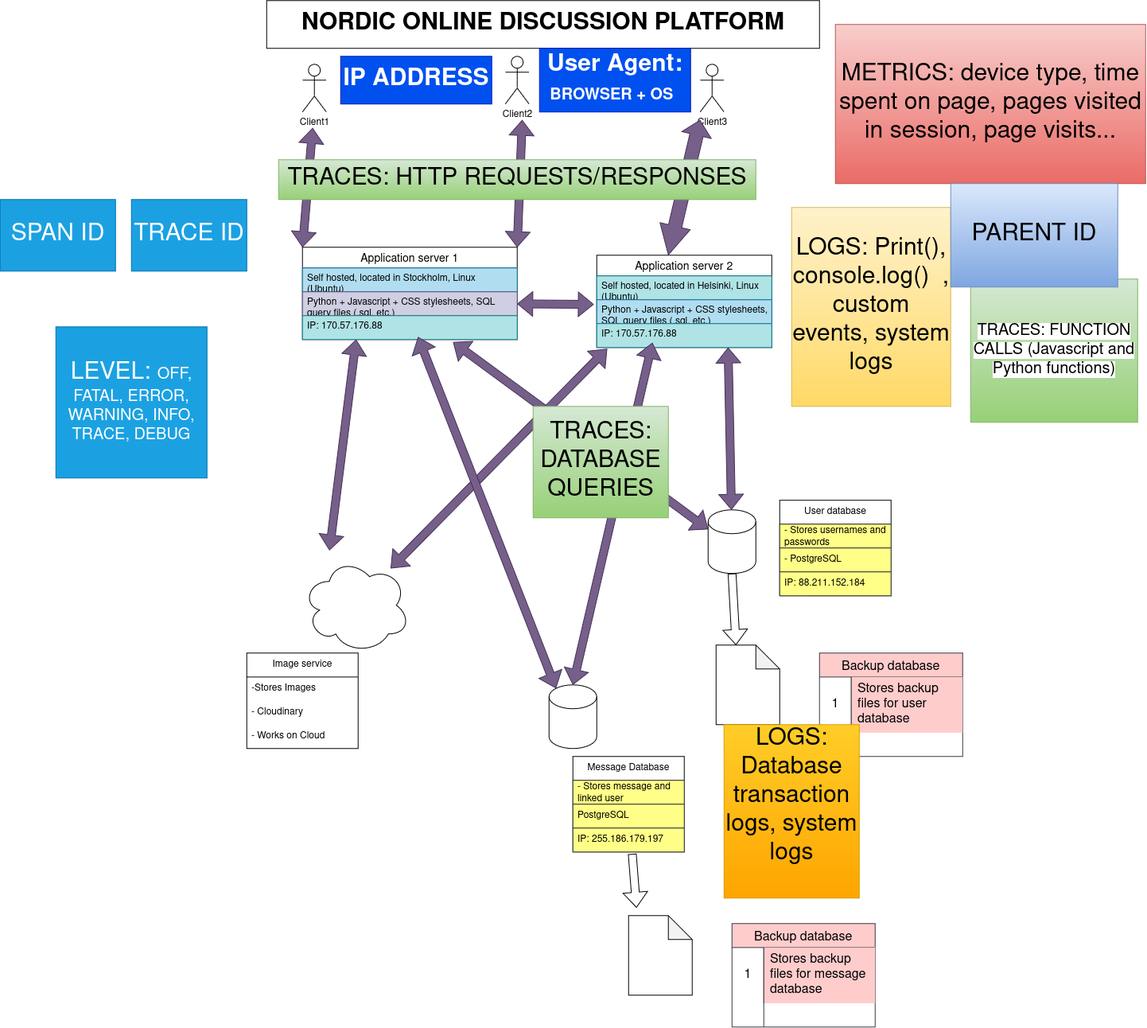
Earlier version of the draw.io export Imaginary_software.drawio.png (Fault-Furious/Documents). Source tidied: cells renumbered, new cells last; positions are measured from the earlier drawing's top-left corner, leaving out a move shared by most shapes.
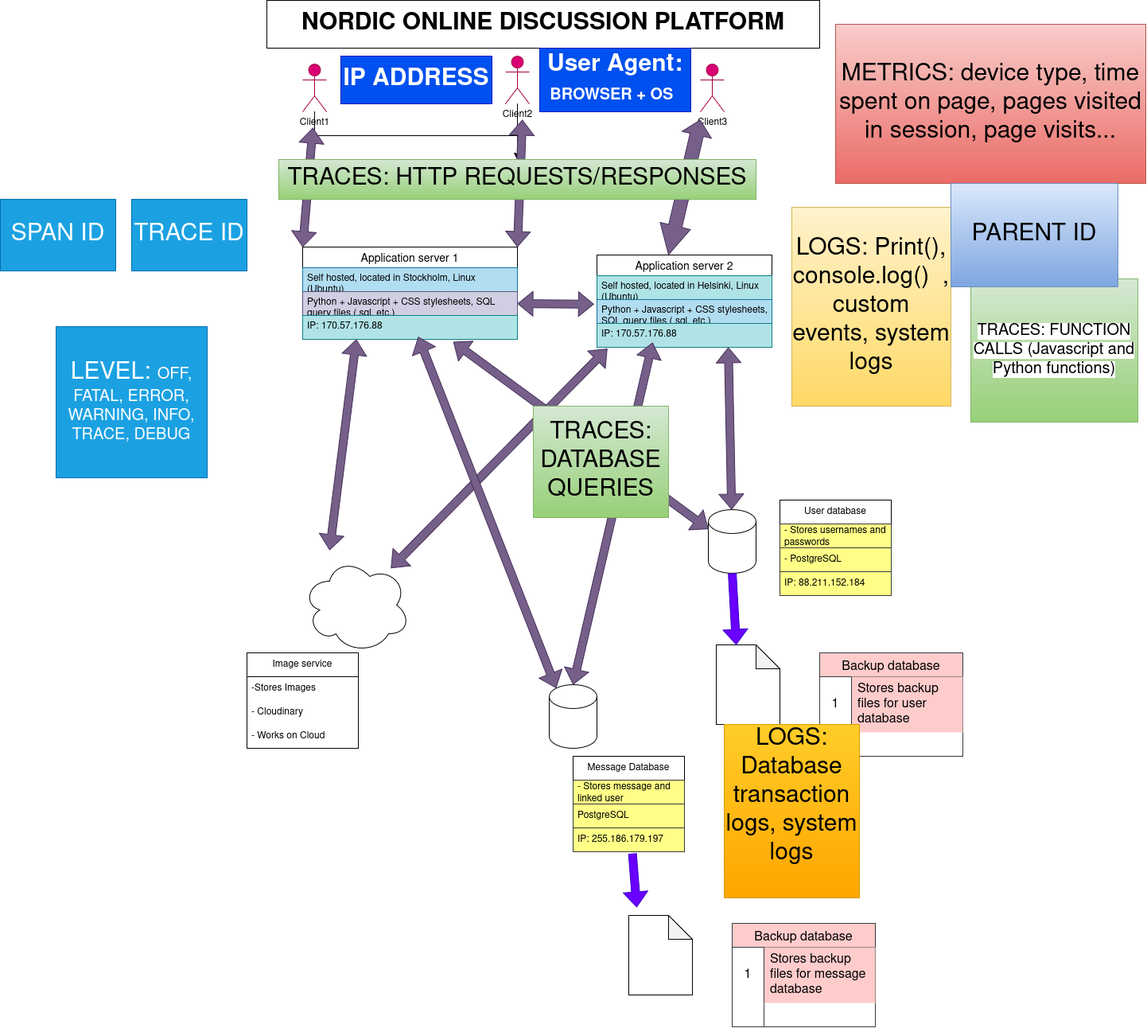
The same file after the commit.

What changed in the source:
```diff
@@ -2,13 +2,22 @@
   <root>
     <mxCell id="0" />
     <mxCell id="1" parent="0" />
+    <mxCell id="69" style="edgeStyle=orthogonalEdgeStyle;rounded=0;jettySize=auto;html=1;" parent="1" edge="1" source="2" target="57">
+      <mxGeometry relative="1" as="geometry" />
+    </mxCell>
-    <mxCell id="2" value="Client1" style="shape=umlActor;verticalLabelPosition=bottom;verticalAlign=top;html=1;outlineConnect=0;" parent="1" vertex="1">
+    <mxCell id="2" value="&lt;span style=&quot;color: light-dark(rgb(0, 0, 0), rgb(230, 255, 204));&quot;&gt;Client1&lt;/span&gt;" style="shape=umlActor;verticalLabelPosition=bottom;verticalAlign=top;html=1;outlineConnect=0;fillColor=#d80073;fontColor=#ffffff;strokeColor=#A50040;" parent="1" vertex="1">
       <mxGeometry x="380" y="80" width="30" height="60" as="geometry" />
     </mxCell>
-    <mxCell id="3" value="Client3" style="shape=umlActor;verticalLabelPosition=bottom;verticalAlign=top;html=1;" parent="1" vertex="1">
+    <mxCell id="3" value="&lt;span style=&quot;color: light-dark(rgb(0, 0, 0), rgb(255, 255, 204));&quot;&gt;Client3&lt;/span&gt;" style="shape=umlActor;verticalLabelPosition=bottom;verticalAlign=top;html=1;fillColor=#d80073;fontColor=#ffffff;strokeColor=#A50040;" parent="1" vertex="1">
       <mxGeometry x="880" y="80" width="30" height="60" as="geometry" />
     </mxCell>
+    <mxCell id="70" style="edgeStyle=orthogonalEdgeStyle;rounded=0;jettySize=auto;html=1;" parent="1" edge="1" source="4" target="57">
+      <mxGeometry relative="1" as="geometry" />
+    </mxCell>
+    <mxCell id="71" style="edgeStyle=orthogonalEdgeStyle;rounded=0;jettySize=auto;html=1;" parent="1" edge="1" source="4" target="57">
+      <mxGeometry relative="1" as="geometry" />
+    </mxCell>
-    <mxCell id="4" value="Client2" style="shape=umlActor;verticalLabelPosition=bottom;verticalAlign=top;html=1;outlineConnect=0;" parent="1" vertex="1">
+    <mxCell id="4" value="&lt;span style=&quot;color: light-dark(rgb(0, 0, 0), rgb(255, 255, 204));&quot;&gt;Client2&lt;/span&gt;" style="shape=umlActor;verticalLabelPosition=bottom;verticalAlign=top;html=1;outlineConnect=0;fillColor=#d80073;fontColor=#ffffff;strokeColor=#A50040;" parent="1" vertex="1">
       <mxGeometry x="635" y="70" width="30" height="60" as="geometry" />
     </mxCell>
     <mxCell id="5" style="shape=cylinder3;whiteSpace=wrap;html=1;boundedLbl=1;backgroundOutline=1;size=15;" parent="1" vertex="1">
@@ -38,7 +47,7 @@
         <mxPoint x="890" y="664.3" as="sourcePoint" />
       </mxGeometry>
     </mxCell>
-    <mxCell id="11" style="shape=flexArrow;endArrow=classic;html=1;rounded=0;exitX=0.5;exitY=1;exitDx=0;exitDy=0;exitPerimeter=0;entryX=0;entryY=0;entryDx=25;entryDy=0;entryPerimeter=0;" parent="1" edge="1" source="5" target="6">
+    <mxCell id="11" style="shape=flexArrow;endArrow=classic;html=1;rounded=0;exitX=0.5;exitY=1;exitDx=0;exitDy=0;exitPerimeter=0;entryX=0;entryY=0;entryDx=25;entryDy=0;entryPerimeter=0;fillColor=#6a00ff;strokeColor=#3700CC;" parent="1" edge="1" source="5" target="6">
       <mxGeometry relative="1" as="geometry" />
     </mxCell>
     <mxCell id="12" style="shape=flexArrow;endArrow=classic;startArrow=classic;html=1;rounded=0;entryX=0;entryY=0;entryDx=0;entryDy=0;fillColor=#76608a;strokeColor=#432D57;" parent="1" edge="1" target="16">
@@ -179,7 +188,7 @@
     <mxCell id="55" style="shape=partialRectangle;html=1;whiteSpace=wrap;fillColor=none;top=0;left=0;bottom=0;right=0;align=left;spacingLeft=6;overflow=hidden;strokeColor=inherit;fontSize=16;" parent="53" vertex="1">
       <mxGeometry x="40" width="140" height="30" as="geometry" />
     </mxCell>
-    <mxCell id="56" style="shape=flexArrow;endArrow=classic;html=1;rounded=0;exitX=0.533;exitY=1.075;exitDx=0;exitDy=0;exitPerimeter=0;" parent="1" edge="1" source="35">
+    <mxCell id="56" style="shape=flexArrow;endArrow=classic;html=1;rounded=0;exitX=0.533;exitY=1.075;exitDx=0;exitDy=0;exitPerimeter=0;fillColor=#6a00ff;strokeColor=#3700CC;" parent="1" edge="1" source="35">
       <mxGeometry relative="1" as="geometry">
         <mxPoint x="800" y="1140" as="targetPoint" />
       </mxGeometry>
```
